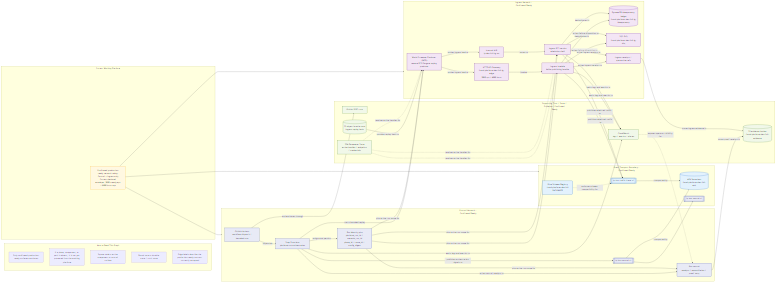
EsosaOrumwese/fraud-detection-system keeps this Mermaid diagram as docs/design/platform/dev_full/graph/readiness/dev_full_platform_network_production_ready_current_v0.mermaid.png. Above is the earlier version. Its source is kept beside it as docs/design/platform/dev_full/graph/readiness/dev_full_platform_network_production_ready_current_v0.mermaid.mmd.
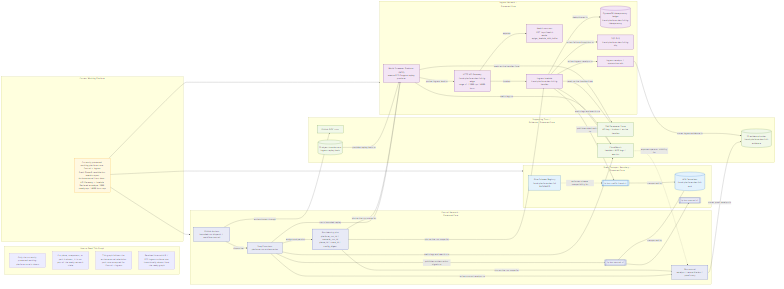
The same diagram one commit later.

Commit message:
Update readiness graphs and documentation: reflect current Phase 0 truth, correct network and resource views, and regenerate visual artifacts for accuracy

Diff of the diagram source:
```diff
@@ -6,49 +6,47 @@
 flowchart LR
 
   subgraph LEGEND["How to Read This Graph"]
-    L1["Only confirmed production-ready surfaces are shown"]
-    L2["If a plane, component, or path is absent, it is not yet promoted into the working platform"]
-    L3["Square node = active component or control surface"]
-    L4["Round store = durable state / truth store"]
-    L5["Edge labels describe the production-ready contract currently accepted"]
+    L1["Only the currently promoted working-platform core is shown"]
+    L2["If a plane, component, or path is absent, it is not part of the ready-network claim"]
+    L3["This graph follows the active external admission path now accepted for Control + Ingress"]
+    L4["Retained internal ALB / ECS ingress surfaces are intentionally absent from the ready graph"]
   end
 
   subgraph READYNOTE["Current Working Platform"]
-    NOTE["Confirmed production-ready network today:<br>Control + Ingress only<br>Current declared envelope: 3000 steady eps / 6000 burst eps"]
+    NOTE["Currently promoted working-platform core:<br>Control + Ingress<br>Fresh Phase 0 revalidation remains open<br>Active external front door: API Gateway -> Lambda<br>Declared envelope: 3000 steady eps / 6000 burst eps"]
   end
 
-  subgraph CONTROL["Control Network - Confirmed Ready"]
-    GHA["GitHub Actions<br>workflow dispatch / bounded runs"]
+  subgraph CONTROL["Control Network - Promoted Core"]
+    GHA["GitHub Actions<br>bounded-run dispatch / workflow control"]
     SFN["Step Functions<br>platform-run orchestration"]
     CTRLBUS[["fp.bus.control.v1"]]
     RUNID["Run identity pins<br>platform_run_id / scenario_run_id<br>phase_id / trace_id / config_digest"]
     RUNCTL["Run control<br>receipts / reconciliation / proof story"]
   end
 
-  subgraph INGRESS["Ingress Network - Confirmed Ready"]
+  subgraph INGRESS["Ingress Network - Promoted Core"]
     WSP["World Streamer Producer (WSP)<br>remote ECS/Fargate replay producer"]
-    HTTPAPI["HTTP API Gateway<br>fraud-platform-dev-full-ig-edge<br>3000 rps / 6000 burst"]
-    ALB["Internal ALB<br>fp-dev-full-ig-svc"]
-    IGLAMBDA["Ingress Lambda<br>Kafka-publishing handler"]
-    IGSVC["Ingress ECS service<br>admission shell"]
+    HTTPAPI["HTTP API Gateway<br>fraud-platform-dev-full-ig-edge<br>stage v1 / 3000 rps / 6000 burst"]
+    IGHEALTH["Health contract<br>GET /ops/health<br>mode apigw_lambda_ddb_kafka"]
+    IGLAMBDA["Ingress Lambda<br>fraud-platform-dev-full-ig-handler"]
     IGDDB[("DynamoDB idempotency ledger<br>fraud-platform-dev-full-ig-idempotency")]
     IGDLQ["SQS DLQ<br>fraud-platform-dev-full-ig-dlq"]
     IGREC["Ingress receipts / quarantine refs"]
   end
 
-  subgraph TRANSPORT["Event Transport Boundary - Confirmed Ready"]
+  subgraph TRANSPORT["Event Transport Boundary - Promoted Core"]
     MSK[("MSK Serverless<br>fraud-platform-dev-full-msk")]
     GLUEREG["Glue Schema Registry<br>fraud-platform-dev-full<br>BACKWARD"]
     TCTRL[["fp.bus.control.v1"]]
     TTRAFFIC[["fp.bus.traffic.fraud.v1"]]
   end
 
-  subgraph TRUSTSTATE["Supporting Trust / State / Evidence - Confirmed Ready"]
+  subgraph SUPPORT["Supporting Trust / Evidence - Promoted Core"]
     OIDC["GitHub OIDC trust"]
-    SSM["SSM Parameter Store<br>active handles / endpoints / credentials"]
+    SSM["SSM Parameter Store<br>API key / brokers / active handles"]
     OBJ[("S3 object/oracle store<br>ingress replay basis")]
     EVID[("S3 evidence bucket<br>fraud-platform-dev-full-evidence")]
-    CW["CloudWatch<br>logs / metrics / alarms"]
+    CW["CloudWatch<br>Lambda + WSP logs / metrics"]
   end
 
   NOTE --> CONTROL
@@ -67,35 +65,28 @@
   OBJ -->|provides replay basis to| WSP
   RUNID -->|pins active run scope for| WSP
   RUNID -->|pins active run scope for| IGLAMBDA
-  RUNID -->|pins active run scope for| IGSVC
   RUNID -->|pins active run scope for| RUNCTL
 
   WSP -->|pushes ingress load to| HTTPAPI
-  WSP -->|pushes ingress load to| ALB
   HTTPAPI -->|invokes| IGLAMBDA
-  ALB -->|routes to| IGSVC
+  HTTPAPI -->|exposes| IGHEALTH
 
   IGLAMBDA -->|deduplicates in| IGDDB
-  IGSVC -->|deduplicates in| IGDDB
   IGLAMBDA -->|publishes admitted traffic to| TTRAFFIC
-  IGSVC -->|publishes admitted traffic to| TTRAFFIC
   TTRAFFIC -->|transported by| MSK
   GLUEREG -. enforces schema compatibility for .-> TTRAFFIC
 
   IGLAMBDA -->|writes failure disposition to| IGDLQ
-  IGSVC -->|writes failure disposition to| IGDLQ
   IGLAMBDA -->|writes ingress receipts to| IGREC
-  IGSVC -->|writes ingress receipts to| IGREC
   RUNCTL -->|stores proof receipts in| EVID
   IGREC -->|stores ingress evidence in| EVID
 
+  IGLAMBDA -->|reads active handles from| SSM
+  WSP -->|reads active handles from| SSM
   IGLAMBDA -->|emits logs and metrics to| CW
-  IGSVC -->|emits logs and metrics to| CW
+  WSP -->|emits logs to| CW
   SFN -->|emits logs and metrics to| CW
   CW -. exposes operator visibility for .-> RUNCTL
-  SSM -. resolves active handles for .-> IGLAMBDA
-  SSM -. resolves active handles for .-> IGSVC
-  SSM -. resolves active handles for .-> WSP
 
   classDef note fill:#fff8e1,stroke:#f9a825,color:#111,stroke-width:1.3px;
   classDef control fill:#e8eaf6,stroke:#3949ab,color:#111,stroke-width:1.3px;
@@ -105,6 +96,6 @@
 
   class NOTE note;
   class GHA,SFN,CTRLBUS,RUNID,RUNCTL,TCTRL control;
-  class WSP,HTTPAPI,ALB,IGLAMBDA,IGSVC,IGDLQ,IGREC,IGDDB ingress;
+  class WSP,HTTPAPI,IGHEALTH,IGLAMBDA,IGDLQ,IGREC,IGDDB ingress;
   class MSK,GLUEREG,TTRAFFIC transport;
   class OIDC,SSM,OBJ,EVID,CW support;
```
